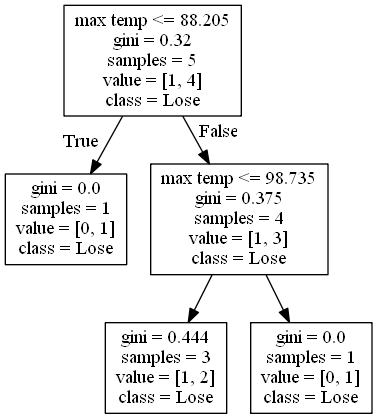
Earlier version of the Graphviz export DecisionTrees/Pac-12decision_tree_no_score_or_attendance10.png (alexana-steck/CSE482Project). Its source is kept beside it as DecisionTrees/Pac-12decision_tree_no_score_or_attendance10.dot.
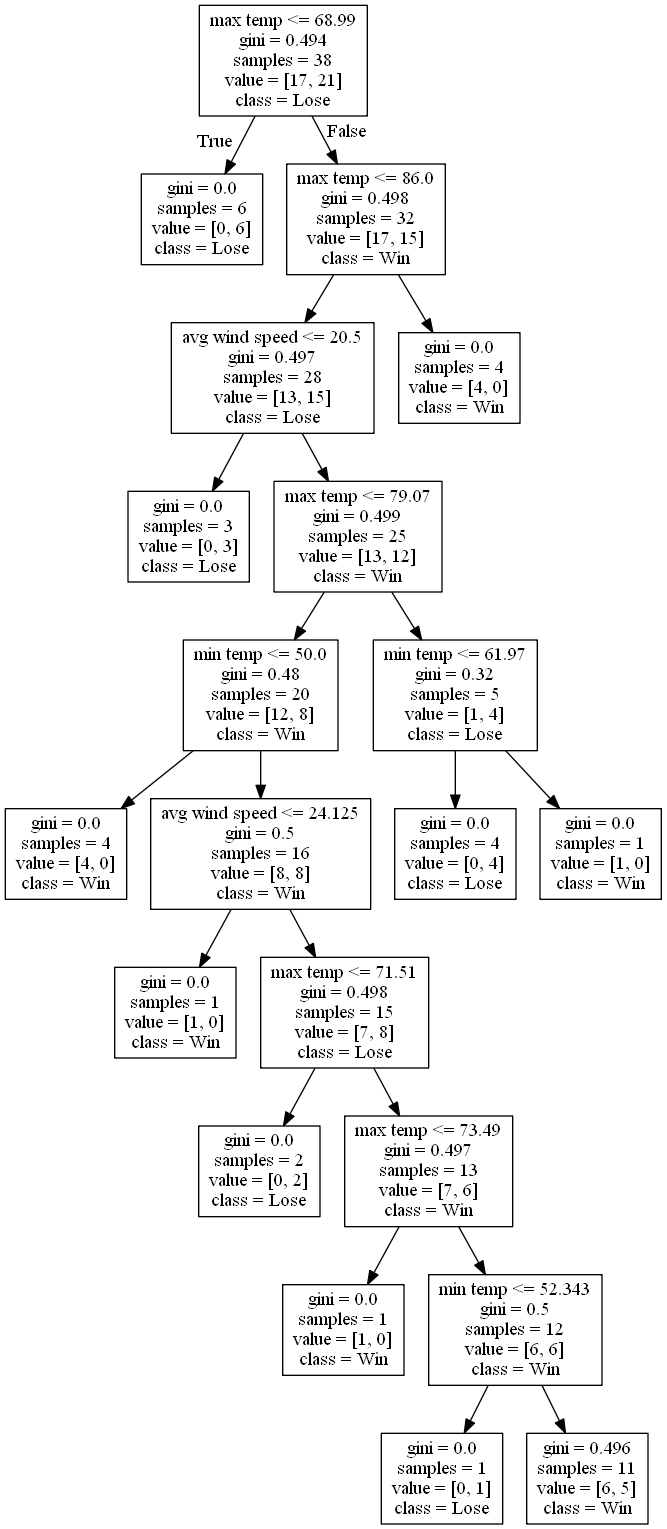
Later version of the same file.

Diff of the diagram source:
```diff
@@ -1,12 +1,44 @@
 digraph Tree {
 node [shape=box] ;
-0 [label="max temp <= 88.205\ngini = 0.32\nsamples = 5\nvalue = [1, 4]\nclass = Lose"] ;
-1 [label="gini = 0.0\nsamples = 1\nvalue = [0, 1]\nclass = Lose"] ;
+0 [label="max temp <= 68.99\ngini = 0.494\nsamples = 38\nvalue = [17, 21]\nclass = Lose"] ;
+1 [label="gini = 0.0\nsamples = 6\nvalue = [0, 6]\nclass = Lose"] ;
 0 -> 1 [labeldistance=2.5, labelangle=45, headlabel="True"] ;
-2 [label="max temp <= 98.735\ngini = 0.375\nsamples = 4\nvalue = [1, 3]\nclass = Lose"] ;
+2 [label="max temp <= 86.0\ngini = 0.498\nsamples = 32\nvalue = [17, 15]\nclass = Win"] ;
 0 -> 2 [labeldistance=2.5, labelangle=-45, headlabel="False"] ;
-3 [label="gini = 0.444\nsamples = 3\nvalue = [1, 2]\nclass = Lose"] ;
+3 [label="avg wind speed <= 20.5\ngini = 0.497\nsamples = 28\nvalue = [13, 15]\nclass = Lose"] ;
 2 -> 3 ;
-4 [label="gini = 0.0\nsamples = 1\nvalue = [0, 1]\nclass = Lose"] ;
-2 -> 4 ;
+4 [label="gini = 0.0\nsamples = 3\nvalue = [0, 3]\nclass = Lose"] ;
+3 -> 4 ;
+5 [label="max temp <= 79.07\ngini = 0.499\nsamples = 25\nvalue = [13, 12]\nclass = Win"] ;
+3 -> 5 ;
+6 [label="min temp <= 50.0\ngini = 0.48\nsamples = 20\nvalue = [12, 8]\nclass = Win"] ;
+5 -> 6 ;
+7 [label="gini = 0.0\nsamples = 4\nvalue = [4, 0]\nclass = Win"] ;
+6 -> 7 ;
+8 [label="avg wind speed <= 24.125\ngini = 0.5\nsamples = 16\nvalue = [8, 8]\nclass = Win"] ;
+6 -> 8 ;
+9 [label="gini = 0.0\nsamples = 1\nvalue = [1, 0]\nclass = Win"] ;
+8 -> 9 ;
+10 [label="max temp <= 71.51\ngini = 0.498\nsamples = 15\nvalue = [7, 8]\nclass = Lose"] ;
+8 -> 10 ;
+11 [label="gini = 0.0\nsamples = 2\nvalue = [0, 2]\nclass = Lose"] ;
+10 -> 11 ;
+12 [label="max temp <= 73.49\ngini = 0.497\nsamples = 13\nvalue = [7, 6]\nclass = Win"] ;
+10 -> 12 ;
+13 [label="gini = 0.0\nsamples = 1\nvalue = [1, 0]\nclass = Win"] ;
+12 -> 13 ;
+14 [label="min temp <= 52.343\ngini = 0.5\nsamples = 12\nvalue = [6, 6]\nclass = Win"] ;
+12 -> 14 ;
+15 [label="gini = 0.0\nsamples = 1\nvalue = [0, 1]\nclass = Lose"] ;
+14 -> 15 ;
+16 [label="gini = 0.496\nsamples = 11\nvalue = [6, 5]\nclass = Win"] ;
+14 -> 16 ;
+17 [label="min temp <= 61.97\ngini = 0.32\nsamples = 5\nvalue = [1, 4]\nclass = Lose"] ;
+5 -> 17 ;
+18 [label="gini = 0.0\nsamples = 4\nvalue = [0, 4]\nclass = Lose"] ;
+17 -> 18 ;
+19 [label="gini = 0.0\nsamples = 1\nvalue = [1, 0]\nclass = Win"] ;
+17 -> 19 ;
+20 [label="gini = 0.0\nsamples = 4\nvalue = [4, 0]\nclass = Win"] ;
+2 -> 20 ;
 }
```
